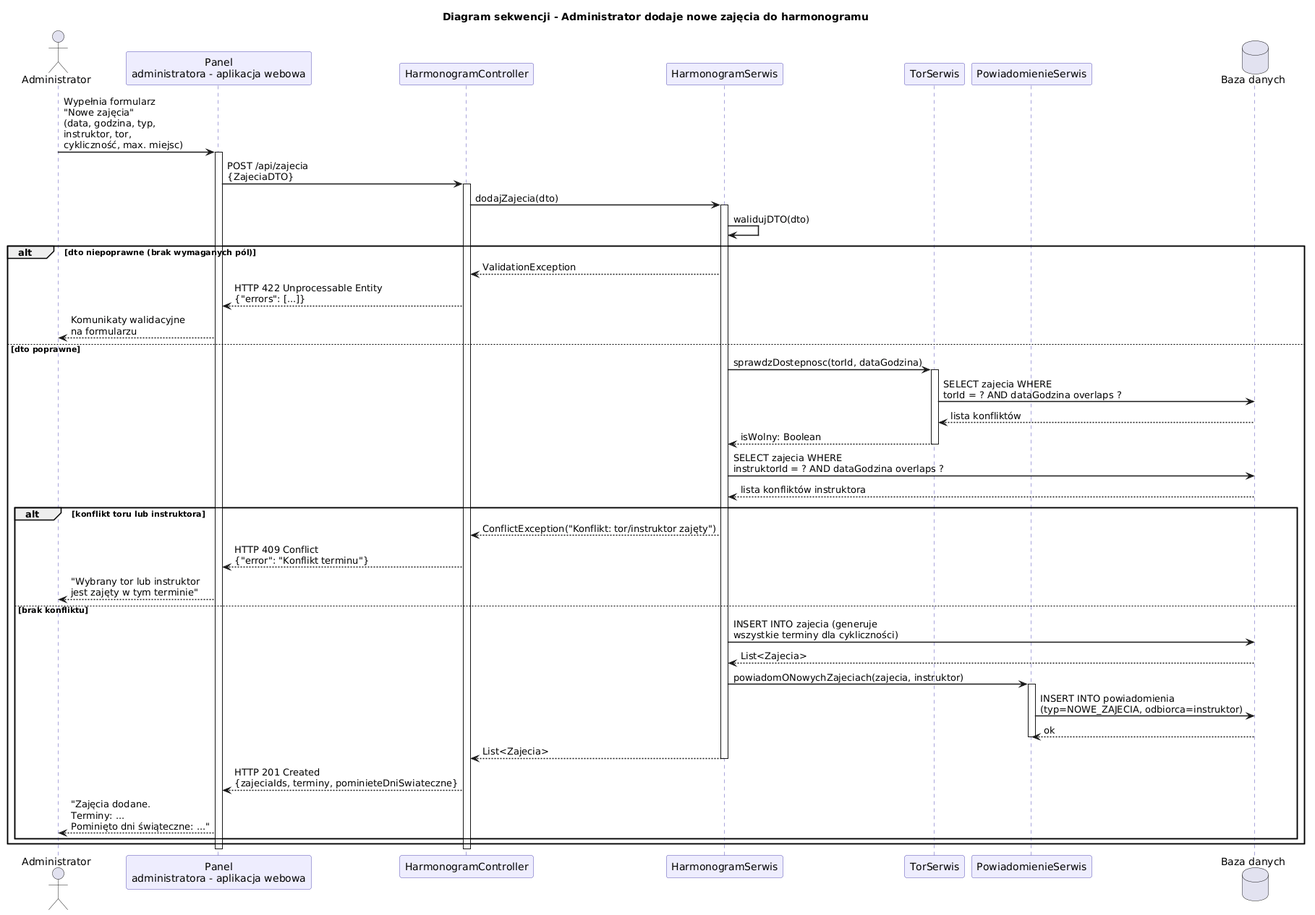
Above: DiagramySekwencji/dodanieZajecDoHarmonogramuSekwencja.png in lukaszdeja/Delfinek (PlantUML), before the change.
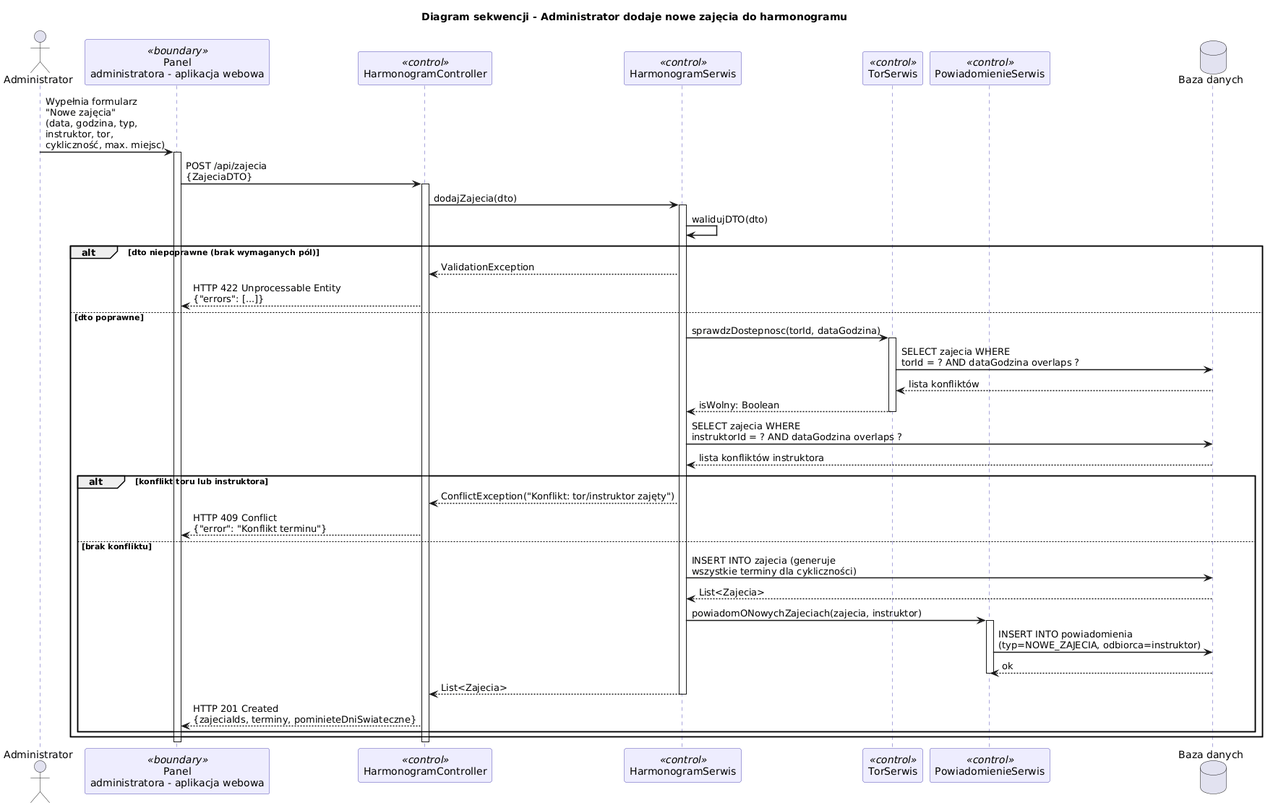
Above is the later version.

The edit, as a diff of the source:
```diff
@@ -9,11 +9,11 @@
 skinparam noteBorderColor #0F6E56
 
 actor Administrator as A
-participant "Panel\nadministratora - aplikacja webowa" as UI
-participant "HarmonogramController" as CTRL
-participant "HarmonogramSerwis" as HS
-participant "TorSerwis" as TS
-participant "PowiadomienieSerwis" as PS
+participant "Panel\nadministratora - aplikacja webowa" as UI <<boundary>>
+participant "HarmonogramController" as CTRL <<control>>
+participant "HarmonogramSerwis" as HS <<control>>
+participant "TorSerwis" as TS <<control>>
+participant "PowiadomienieSerwis" as PS <<control>>
 database "Baza danych" as DB
 
 A -> UI : Wypełnia formularz\n"Nowe zajęcia"\n(data, godzina, typ,\ninstruktor, tor,\ncykliczność, max. miejsc)
@@ -29,7 +29,6 @@
 alt dto niepoprawne (brak wymaganych pól)
     HS --> CTRL : ValidationException
     CTRL --> UI : HTTP 422 Unprocessable Entity\n{"errors": [...]}
-    UI --> A : Komunikaty walidacyjne\nna formularzu
 else dto poprawne
 
     HS -> TS : sprawdzDostepnosc(torId, dataGodzina)
@@ -45,7 +44,6 @@
     alt konflikt toru lub instruktora
         HS --> CTRL : ConflictException("Konflikt: tor/instruktor zajęty")
         CTRL --> UI : HTTP 409 Conflict\n{"error": "Konflikt terminu"}
-        UI --> A : "Wybrany tor lub instruktor\njest zajęty w tym terminie"
     else brak konfliktu
 
         HS -> DB : INSERT INTO zajecia (generuje\nwszystkie terminy dla cykliczności)
@@ -61,7 +59,6 @@
         deactivate HS
 
         CTRL --> UI : HTTP 201 Created\n{zajeciaIds, terminy, pominieteDniSwiateczne}
-        UI --> A : "Zajęcia dodane.\nTerminy: ...\nPominięto dni świąteczne: ..."
     end
 end
 
```
